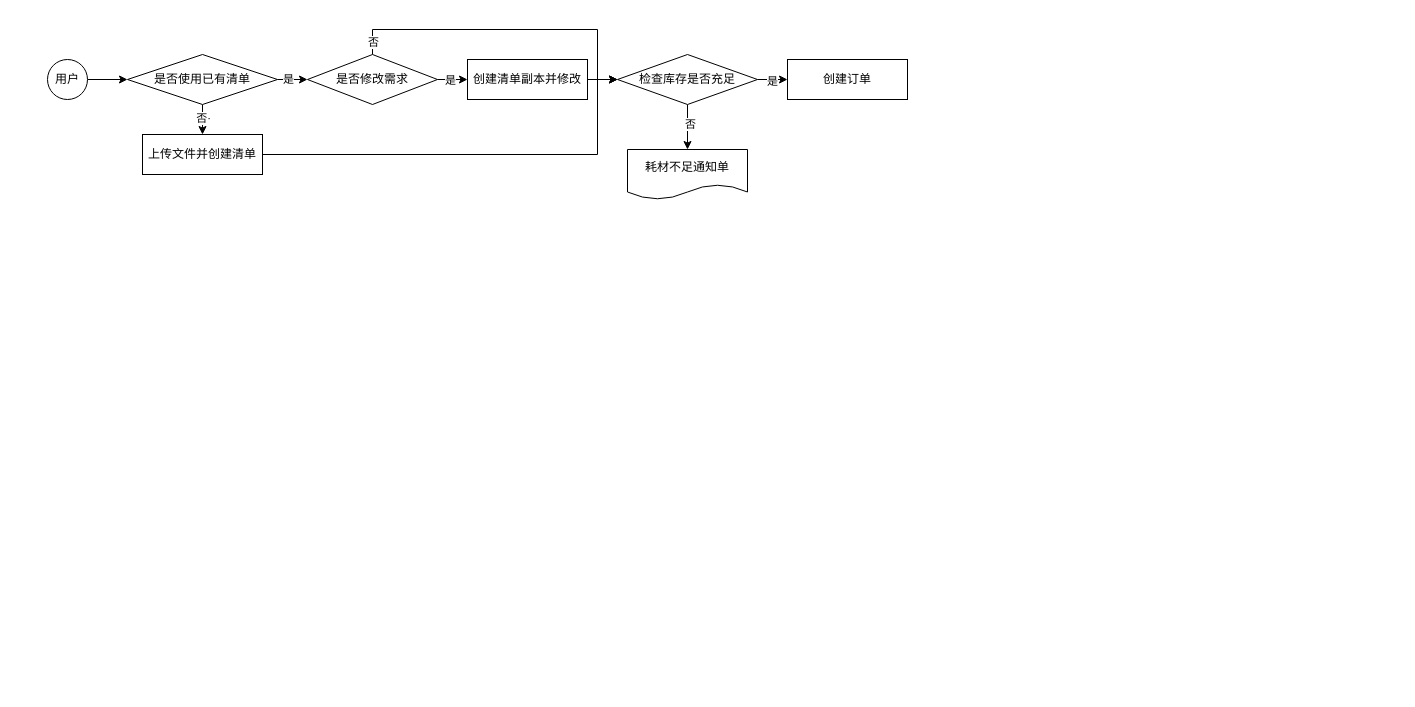
Earlier version of the draw.io diagram 打印流程图.drawio (domexie/cjlu.ink.drawio). Source tidied: cells renumbered, new cells numbered last; positions are measured from the earlier drawing's top-left corner, leaving out a move shared by most shapes. Both pictures are drawn from the tidied source at 100%, with x=0, y=0 at pixel (47, 29).
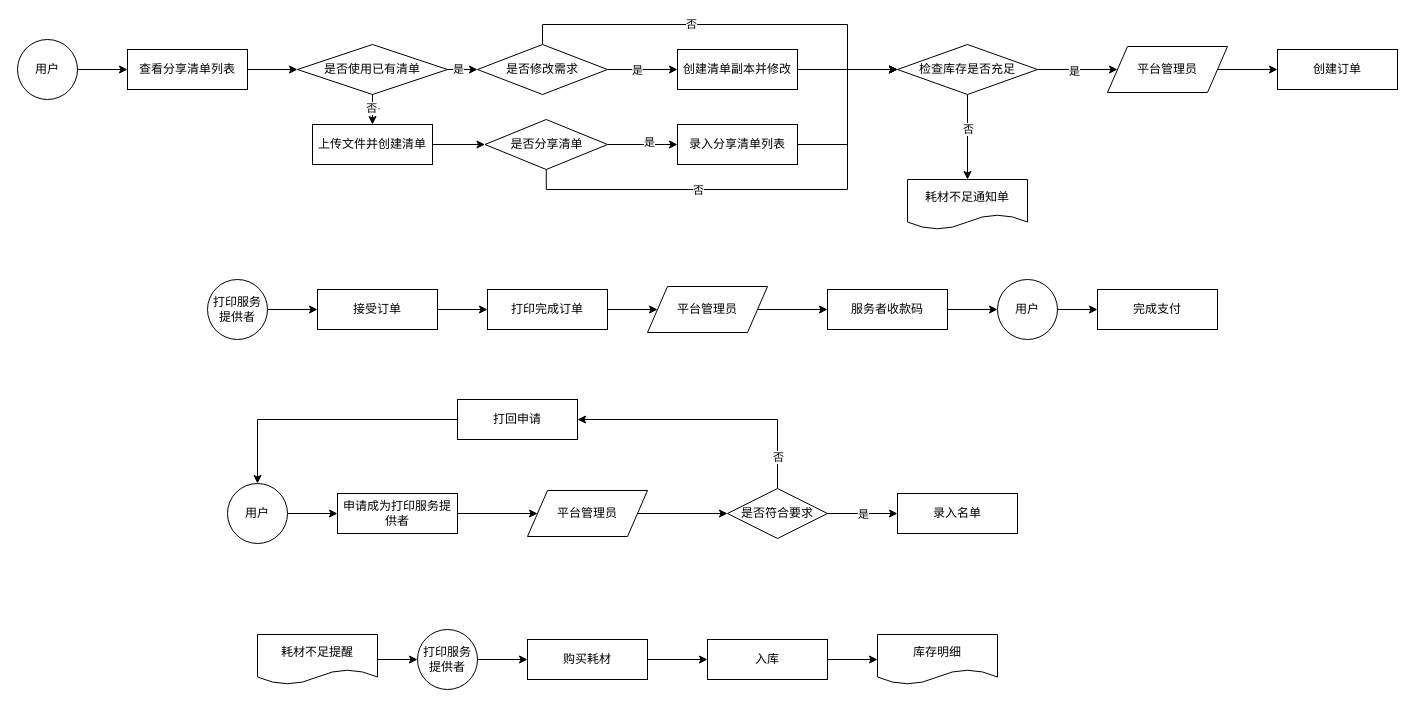
The same page after the edit.

Commit message (it also covers changes not shown here):
更新打印流程图.drawio

Change to the diagram source:
```diff
@@
-    <mxCell id="2" style="edgeStyle=orthogonalEdgeStyle;rounded=0;jettySize=auto;html=1;exitX=1;exitY=0.5;exitDx=0;exitDy=0;entryX=0;entryY=0.5;entryDx=0;entryDy=0;" parent="1" edge="1" source="3" target="10">
+    <mxCell id="2" style="edgeStyle=orthogonalEdgeStyle;rounded=0;jettySize=auto;html=1;exitX=1;exitY=0.5;exitDx=0;exitDy=0;entryX=0;entryY=0.5;entryDx=0;entryDy=0;" parent="1" edge="1" source="38" target="10">
       <mxGeometry relative="1" as="geometry" />
     </mxCell>
     <mxCell id="3" value="用户" style="ellipse;whiteSpace=wrap;html=1;" parent="1" vertex="1">
-      <mxGeometry y="30" width="40" height="40" as="geometry" />
+      <mxGeometry x="-30" y="10" width="60" height="60" as="geometry" />
     </mxCell>
-    <mxCell id="4" style="edgeStyle=orthogonalEdgeStyle;rounded=0;jettySize=auto;html=1;exitX=1;exitY=0.5;exitDx=0;exitDy=0;entryX=0;entryY=0.5;entryDx=0;entryDy=0;" parent="1" edge="1" source="5" target="23">
-      <mxGeometry relative="1" as="geometry">
-        <Array as="points">
-          <mxPoint x="550" y="125" />
-          <mxPoint x="550" y="50" />
-        </Array>
-      </mxGeometry>
-    </mxCell>
+    <mxCell id="25" style="edgeStyle=orthogonalEdgeStyle;rounded=0;jettySize=auto;html=1;exitX=1;exitY=0.5;exitDx=0;exitDy=0;entryX=0;entryY=0.5;entryDx=0;entryDy=0;" parent="1" edge="1" source="5" target="34">
+      <mxGeometry relative="1" as="geometry" />
+    </mxCell>
     <mxCell id="5" value="上传文件并创建清单" style="rounded=0;whiteSpace=wrap;html=1;" parent="1" vertex="1">
-      <mxGeometry x="95" y="105" width="120" height="40" as="geometry" />
+      <mxGeometry x="265" y="95" width="120" height="40" as="geometry" />
     </mxCell>
@@
     <mxCell id="10" value="是否使用已有清单" style="rhombus;whiteSpace=wrap;html=1;" parent="1" vertex="1">
-      <mxGeometry x="80" y="25" width="150" height="50" as="geometry" />
+      <mxGeometry x="250" y="15" width="150" height="50" as="geometry" />
     </mxCell>
@@
     <mxCell id="12" value="创建清单副本并修改" style="rounded=0;whiteSpace=wrap;html=1;" parent="1" vertex="1">
-      <mxGeometry x="420" y="30" width="120" height="40" as="geometry" />
+      <mxGeometry x="630" y="20" width="120" height="40" as="geometry" />
     </mxCell>
@@
-    <mxCell id="15" style="edgeStyle=orthogonalEdgeStyle;rounded=0;jettySize=auto;html=1;exitX=0.5;exitY=0;exitDx=0;exitDy=0;" parent="1" edge="1" source="17">
-      <mxGeometry relative="1" as="geometry">
-        <mxPoint x="570" y="50" as="targetPoint" />
-        <Array as="points">
-          <mxPoint x="325" />
-          <mxPoint x="550" />
-          <mxPoint x="550" y="50" />
-        </Array>
-      </mxGeometry>
-    </mxCell>
-    <mxCell id="16" value="否" style="edgeLabel;html=1;align=center;verticalAlign=middle;" parent="15" vertex="1">
-      <mxGeometry x="-0.92" relative="1" as="geometry" />
-    </mxCell>
+    <mxCell id="26" style="edgeStyle=orthogonalEdgeStyle;rounded=0;jettySize=auto;html=1;exitX=0.5;exitY=0;exitDx=0;exitDy=0;entryX=0;entryY=0.5;entryDx=0;entryDy=0;" parent="1" edge="1" source="17" target="23">
+      <mxGeometry relative="1" as="geometry">
+        <Array as="points">
+          <mxPoint x="495" y="-5" />
+          <mxPoint x="800" y="-5" />
+          <mxPoint x="800" y="40" />
+        </Array>
+      </mxGeometry>
+    </mxCell>
+    <mxCell id="27" value="否" style="edgeLabel;html=1;align=center;verticalAlign=middle;" parent="26" vertex="1">
+      <mxGeometry x="-0.2" y="1" relative="1" as="geometry" />
+    </mxCell>
     <mxCell id="17" value="是否修改需求" style="rhombus;whiteSpace=wrap;html=1;" parent="1" vertex="1">
-      <mxGeometry x="260" y="25" width="130" height="50" as="geometry" />
+      <mxGeometry x="430" y="15" width="130" height="50" as="geometry" />
     </mxCell>
     <mxCell id="18" value="创建订单" style="rounded=0;whiteSpace=wrap;html=1;" parent="1" vertex="1">
-      <mxGeometry x="740" y="30" width="120" height="40" as="geometry" />
+      <mxGeometry x="1230" y="20" width="120" height="40" as="geometry" />
     </mxCell>
-    <mxCell id="19" style="edgeStyle=orthogonalEdgeStyle;rounded=0;jettySize=auto;html=1;exitX=1;exitY=0.5;exitDx=0;exitDy=0;entryX=0;entryY=0.5;entryDx=0;entryDy=0;" parent="1" edge="1" source="23" target="18">
+    <mxCell id="19" style="edgeStyle=orthogonalEdgeStyle;rounded=0;jettySize=auto;html=1;exitX=1;exitY=0.5;exitDx=0;exitDy=0;entryX=0;entryY=0.5;entryDx=0;entryDy=0;" parent="1" edge="1" source="61" target="18">
       <mxGeometry relative="1" as="geometry" />
     </mxCell>
-    <mxCell id="20" value="是" style="edgeLabel;html=1;align=center;verticalAlign=middle;" parent="19" vertex="1">
-      <mxGeometry x="-0.09" y="-1" relative="1" as="geometry" />
-    </mxCell>
-    <mxCell id="21" style="edgeStyle=orthogonalEdgeStyle;rounded=0;jettySize=auto;html=1;exitX=0.5;exitY=1;exitDx=0;exitDy=0;entryX=0.5;entryY=0;entryDx=0;entryDy=0;" parent="1" edge="1" source="23">
-      <mxGeometry relative="1" as="geometry">
-        <mxPoint x="640" y="120" as="targetPoint" />
-      </mxGeometry>
-    </mxCell>
-    <mxCell id="22" value="否" style="edgeLabel;html=1;align=center;verticalAlign=middle;" parent="21" vertex="1">
-      <mxGeometry x="-0.18" y="2" relative="1" as="geometry" />
-    </mxCell>
+    <mxCell id="28" style="edgeStyle=orthogonalEdgeStyle;rounded=0;jettySize=auto;html=1;exitX=0.5;exitY=1;exitDx=0;exitDy=0;entryX=0.5;entryY=0;entryDx=0;entryDy=0;" parent="1" edge="1" source="23" target="24">
+      <mxGeometry relative="1" as="geometry" />
+    </mxCell>
+    <mxCell id="29" value="否" style="edgeLabel;html=1;align=center;verticalAlign=middle;" parent="28" vertex="1">
+      <mxGeometry x="-0.2" relative="1" as="geometry" />
+    </mxCell>
     <mxCell id="23" value="检查库存是否充足" style="rhombus;whiteSpace=wrap;html=1;" parent="1" vertex="1">
-      <mxGeometry x="570" y="25" width="140" height="50" as="geometry" />
+      <mxGeometry x="850" y="15" width="140" height="50" as="geometry" />
     </mxCell>
     <mxCell id="24" value="耗材不足通知单" style="shape=document;whiteSpace=wrap;html=1;boundedLbl=1;" parent="1" vertex="1">
-      <mxGeometry x="580" y="120" width="120" height="50" as="geometry" />
+      <mxGeometry x="860" y="150" width="120" height="50" as="geometry" />
     </mxCell>
+    <mxCell id="30" style="edgeStyle=orthogonalEdgeStyle;rounded=0;jettySize=auto;html=1;exitX=1;exitY=0.5;exitDx=0;exitDy=0;entryX=0;entryY=0.5;entryDx=0;entryDy=0;" parent="1" edge="1" source="34" target="36">
+      <mxGeometry relative="1" as="geometry" />
+    </mxCell>
+    <mxCell id="31" value="是" style="edgeLabel;html=1;align=center;verticalAlign=middle;" parent="30" vertex="1">
+      <mxGeometry x="0.18" y="3" relative="1" as="geometry" />
+    </mxCell>
+    <mxCell id="32" style="edgeStyle=orthogonalEdgeStyle;rounded=0;jettySize=auto;html=1;exitX=0.5;exitY=1;exitDx=0;exitDy=0;entryX=0;entryY=0.5;entryDx=0;entryDy=0;" parent="1" edge="1" source="34" target="23">
+      <mxGeometry relative="1" as="geometry">
+        <Array as="points">
+          <mxPoint x="499" y="160" />
+          <mxPoint x="800" y="160" />
+          <mxPoint x="800" y="40" />
+        </Array>
+      </mxGeometry>
+    </mxCell>
+    <mxCell id="33" value="否" style="edgeLabel;html=1;align=center;verticalAlign=middle;" parent="32" vertex="1">
+      <mxGeometry x="-0.3" relative="1" as="geometry" />
+    </mxCell>
+    <mxCell id="34" value="是否分享清单" style="rhombus;whiteSpace=wrap;html=1;" parent="1" vertex="1">
+      <mxGeometry x="437.5" y="90" width="122.5" height="50" as="geometry" />
+    </mxCell>
+    <mxCell id="35" style="edgeStyle=orthogonalEdgeStyle;rounded=0;jettySize=auto;html=1;exitX=1;exitY=0.5;exitDx=0;exitDy=0;entryX=0;entryY=0.5;entryDx=0;entryDy=0;" parent="1" edge="1" source="36" target="23">
+      <mxGeometry relative="1" as="geometry" />
+    </mxCell>
+    <mxCell id="36" value="录入分享清单列表" style="rounded=0;whiteSpace=wrap;html=1;" parent="1" vertex="1">
+      <mxGeometry x="630" y="95" width="120" height="40" as="geometry" />
+    </mxCell>
+    <mxCell id="37" style="edgeStyle=orthogonalEdgeStyle;rounded=0;jettySize=auto;html=1;exitX=1;exitY=0.5;exitDx=0;exitDy=0;entryX=0;entryY=0.5;entryDx=0;entryDy=0;" parent="1" edge="1" source="3" target="38">
+      <mxGeometry relative="1" as="geometry" />
+    </mxCell>
+    <mxCell id="38" value="查看分享清单列表" style="rounded=0;whiteSpace=wrap;html=1;" parent="1" vertex="1">
+      <mxGeometry x="80" y="20" width="120" height="40" as="geometry" />
+    </mxCell>
+    <mxCell id="39" style="edgeStyle=orthogonalEdgeStyle;rounded=0;jettySize=auto;html=1;exitX=1;exitY=0.5;exitDx=0;exitDy=0;entryX=0;entryY=0.5;entryDx=0;entryDy=0;" parent="1" edge="1" source="40" target="44">
+      <mxGeometry relative="1" as="geometry" />
+    </mxCell>
+    <mxCell id="40" value="接受订单" style="rounded=0;whiteSpace=wrap;html=1;" parent="1" vertex="1">
+      <mxGeometry x="270" y="260" width="120" height="40" as="geometry" />
+    </mxCell>
+    <mxCell id="41" style="edgeStyle=orthogonalEdgeStyle;rounded=0;jettySize=auto;html=1;exitX=1;exitY=0.5;exitDx=0;exitDy=0;entryX=0;entryY=0.5;entryDx=0;entryDy=0;" parent="1" edge="1" source="42" target="40">
+      <mxGeometry relative="1" as="geometry" />
+    </mxCell>
+    <mxCell id="42" value="打印服务提供者" style="ellipse;whiteSpace=wrap;html=1;" parent="1" vertex="1">
+      <mxGeometry x="160" y="250" width="60" height="60" as="geometry" />
+    </mxCell>
+    <mxCell id="43" style="edgeStyle=orthogonalEdgeStyle;rounded=0;jettySize=auto;html=1;exitX=1;exitY=0.5;exitDx=0;exitDy=0;entryX=0;entryY=0.5;entryDx=0;entryDy=0;" parent="1" edge="1" source="44" target="58">
+      <mxGeometry relative="1" as="geometry" />
+    </mxCell>
+    <mxCell id="44" value="打印完成订单" style="rounded=0;whiteSpace=wrap;html=1;" parent="1" vertex="1">
+      <mxGeometry x="440" y="260" width="120" height="40" as="geometry" />
+    </mxCell>
+    <mxCell id="45" style="edgeStyle=orthogonalEdgeStyle;rounded=0;jettySize=auto;html=1;exitX=1;exitY=0.5;exitDx=0;exitDy=0;" parent="1" edge="1" source="46" target="48">
+      <mxGeometry relative="1" as="geometry" />
+    </mxCell>
+    <mxCell id="46" value="用户" style="ellipse;whiteSpace=wrap;html=1;" parent="1" vertex="1">
+      <mxGeometry x="180" y="454" width="60" height="60" as="geometry" />
+    </mxCell>
+    <mxCell id="47" style="edgeStyle=orthogonalEdgeStyle;rounded=0;jettySize=auto;html=1;exitX=1;exitY=0.5;exitDx=0;exitDy=0;" parent="1" edge="1" source="48" target="50">
+      <mxGeometry relative="1" as="geometry" />
+    </mxCell>
+    <mxCell id="48" value="申请成为打印服务提供者" style="rounded=0;whiteSpace=wrap;html=1;" parent="1" vertex="1">
+      <mxGeometry x="290" y="464" width="120" height="40" as="geometry" />
+    </mxCell>
+    <mxCell id="49" style="edgeStyle=orthogonalEdgeStyle;rounded=0;jettySize=auto;html=1;exitX=1;exitY=0.5;exitDx=0;exitDy=0;" parent="1" edge="1" source="50" target="55">
+      <mxGeometry relative="1" as="geometry" />
+    </mxCell>
+    <mxCell id="50" value="平台管理员" style="shape=parallelogram;perimeter=parallelogramPerimeter;whiteSpace=wrap;html=1;fixedSize=1;" parent="1" vertex="1">
+      <mxGeometry x="480" y="461" width="120" height="46" as="geometry" />
+    </mxCell>
+    <mxCell id="51" style="edgeStyle=orthogonalEdgeStyle;rounded=0;jettySize=auto;html=1;exitX=1;exitY=0.5;exitDx=0;exitDy=0;entryX=0;entryY=0.5;entryDx=0;entryDy=0;" parent="1" edge="1" source="55" target="56">
+      <mxGeometry relative="1" as="geometry">
+        <Array as="points">
+          <mxPoint x="810" y="484" />
+          <mxPoint x="810" y="484" />
+        </Array>
+      </mxGeometry>
+    </mxCell>
+    <mxCell id="52" value="是" style="edgeLabel;html=1;align=center;verticalAlign=middle;" parent="51" vertex="1">
+      <mxGeometry relative="1" as="geometry" />
+    </mxCell>
+    <mxCell id="53" style="edgeStyle=orthogonalEdgeStyle;rounded=0;jettySize=auto;html=1;exitX=0.5;exitY=0;exitDx=0;exitDy=0;entryX=1;entryY=0.5;entryDx=0;entryDy=0;" parent="1" edge="1" source="55" target="63">
+      <mxGeometry relative="1" as="geometry" />
+    </mxCell>
+    <mxCell id="54" value="否" style="edgeLabel;html=1;align=center;verticalAlign=middle;" parent="53" vertex="1">
+      <mxGeometry x="-0.76" relative="1" as="geometry" />
+    </mxCell>
+    <mxCell id="55" value="是否符合要求" style="rhombus;whiteSpace=wrap;html=1;" parent="1" vertex="1">
+      <mxGeometry x="680" y="459" width="100" height="50" as="geometry" />
+    </mxCell>
+    <mxCell id="56" value="录入名单" style="rounded=0;whiteSpace=wrap;html=1;" parent="1" vertex="1">
+      <mxGeometry x="850" y="464" width="120" height="40" as="geometry" />
+    </mxCell>
+    <mxCell id="57" style="edgeStyle=orthogonalEdgeStyle;rounded=0;jettySize=auto;html=1;exitX=1;exitY=0.5;exitDx=0;exitDy=0;" parent="1" edge="1" source="58" target="74">
+      <mxGeometry relative="1" as="geometry" />
+    </mxCell>
+    <mxCell id="58" value="平台管理员" style="shape=parallelogram;perimeter=parallelogramPerimeter;whiteSpace=wrap;html=1;fixedSize=1;" parent="1" vertex="1">
+      <mxGeometry x="600" y="257" width="120" height="46" as="geometry" />
+    </mxCell>
+    <mxCell id="59" style="edgeStyle=orthogonalEdgeStyle;rounded=0;jettySize=auto;html=1;exitX=1;exitY=0.5;exitDx=0;exitDy=0;entryX=0;entryY=0.5;entryDx=0;entryDy=0;" parent="1" edge="1" source="23" target="61">
+      <mxGeometry relative="1" as="geometry" />
+    </mxCell>
+    <mxCell id="60" value="是" style="edgeLabel;html=1;align=center;verticalAlign=middle;" parent="59" vertex="1">
+      <mxGeometry x="-0.09" y="-1" relative="1" as="geometry" />
+    </mxCell>
+    <mxCell id="61" value="平台管理员" style="shape=parallelogram;perimeter=parallelogramPerimeter;whiteSpace=wrap;html=1;fixedSize=1;" parent="1" vertex="1">
+      <mxGeometry x="1060" y="17" width="120" height="46" as="geometry" />
+    </mxCell>
+    <mxCell id="62" style="edgeStyle=orthogonalEdgeStyle;rounded=0;jettySize=auto;html=1;exitX=0;exitY=0.5;exitDx=0;exitDy=0;entryX=0.5;entryY=0;entryDx=0;entryDy=0;" parent="1" edge="1" source="63" target="46">
+      <mxGeometry relative="1" as="geometry" />
+    </mxCell>
+    <mxCell id="63" value="打回申请" style="rounded=0;whiteSpace=wrap;html=1;" parent="1" vertex="1">
+      <mxGeometry x="410" y="370" width="120" height="40" as="geometry" />
+    </mxCell>
+    <mxCell id="64" style="edgeStyle=orthogonalEdgeStyle;rounded=0;jettySize=auto;html=1;exitX=1;exitY=0.5;exitDx=0;exitDy=0;entryX=0;entryY=0.5;entryDx=0;entryDy=0;" parent="1" edge="1" source="65" target="69">
+      <mxGeometry relative="1" as="geometry" />
+    </mxCell>
+    <mxCell id="65" value="打印服务提供者" style="ellipse;whiteSpace=wrap;html=1;" parent="1" vertex="1">
+      <mxGeometry x="370" y="600" width="60" height="60" as="geometry" />
+    </mxCell>
+    <mxCell id="66" style="edgeStyle=orthogonalEdgeStyle;rounded=0;jettySize=auto;html=1;exitX=1;exitY=0.5;exitDx=0;exitDy=0;entryX=0;entryY=0.5;entryDx=0;entryDy=0;" parent="1" edge="1" source="67" target="65">
+      <mxGeometry relative="1" as="geometry" />
+    </mxCell>
+    <mxCell id="67" value="耗材不足提醒" style="shape=document;whiteSpace=wrap;html=1;boundedLbl=1;" parent="1" vertex="1">
+      <mxGeometry x="210" y="605" width="120" height="50" as="geometry" />
+    </mxCell>
+    <mxCell id="68" style="edgeStyle=orthogonalEdgeStyle;rounded=0;jettySize=auto;html=1;exitX=1;exitY=0.5;exitDx=0;exitDy=0;" parent="1" edge="1" source="69" target="71">
+      <mxGeometry relative="1" as="geometry" />
+    </mxCell>
+    <mxCell id="69" value="购买耗材" style="rounded=0;whiteSpace=wrap;html=1;" parent="1" vertex="1">
+      <mxGeometry x="480" y="610" width="120" height="40" as="geometry" />
+    </mxCell>
+    <mxCell id="70" style="edgeStyle=orthogonalEdgeStyle;rounded=0;jettySize=auto;html=1;exitX=1;exitY=0.5;exitDx=0;exitDy=0;" parent="1" edge="1" source="71" target="72">
+      <mxGeometry relative="1" as="geometry" />
+    </mxCell>
+    <mxCell id="71" value="入库" style="rounded=0;whiteSpace=wrap;html=1;" parent="1" vertex="1">
+      <mxGeometry x="660" y="610" width="120" height="40" as="geometry" />
+    </mxCell>
+    <mxCell id="72" value="库存明细" style="shape=document;whiteSpace=wrap;html=1;boundedLbl=1;" parent="1" vertex="1">
+      <mxGeometry x="830" y="605" width="120" height="50" as="geometry" />
+    </mxCell>
+    <mxCell id="73" style="edgeStyle=orthogonalEdgeStyle;rounded=0;jettySize=auto;html=1;exitX=1;exitY=0.5;exitDx=0;exitDy=0;entryX=0;entryY=0.5;entryDx=0;entryDy=0;" parent="1" edge="1" source="74" target="76">
+      <mxGeometry relative="1" as="geometry" />
+    </mxCell>
+    <mxCell id="74" value="服务者收款码" style="rounded=0;whiteSpace=wrap;html=1;" parent="1" vertex="1">
+      <mxGeometry x="780" y="260" width="120" height="40" as="geometry" />
+    </mxCell>
+    <mxCell id="75" style="edgeStyle=orthogonalEdgeStyle;rounded=0;jettySize=auto;html=1;exitX=1;exitY=0.5;exitDx=0;exitDy=0;entryX=0;entryY=0.5;entryDx=0;entryDy=0;" parent="1" edge="1" source="76" target="77">
+      <mxGeometry relative="1" as="geometry" />
+    </mxCell>
+    <mxCell id="76" value="用户" style="ellipse;whiteSpace=wrap;html=1;" parent="1" vertex="1">
+      <mxGeometry x="950" y="250" width="60" height="60" as="geometry" />
+    </mxCell>
+    <mxCell id="77" value="完成支付" style="rounded=0;whiteSpace=wrap;html=1;" parent="1" vertex="1">
+      <mxGeometry x="1050" y="260" width="120" height="40" as="geometry" />
+    </mxCell>
```
